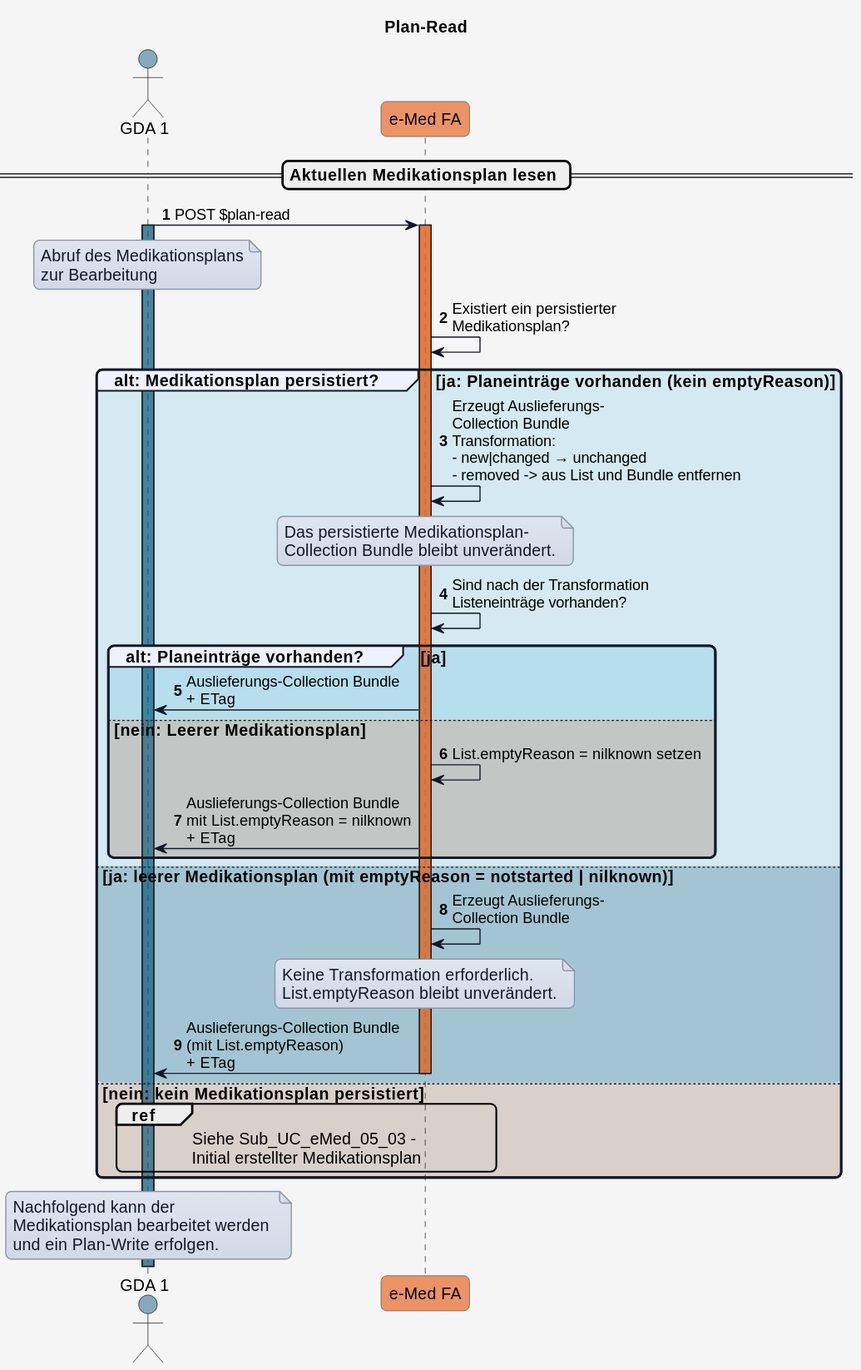
HL7Austria/hl7austria.github.io keeps this PlantUML diagram as r4-ELGA-e-Medikation-ig-review/plantuml/UC_eMed_05_02.svg. Above is the earlier version.
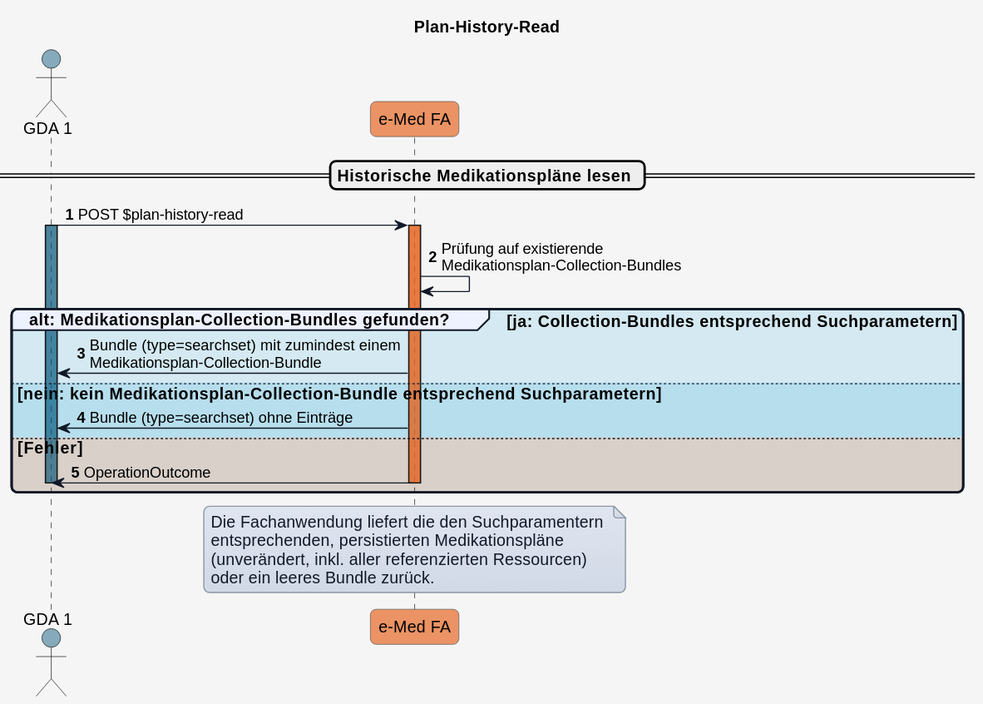
The same file after the commit.

What changed in the source:
```diff
@@ -1,5 +1,5 @@
 @startuml
-title Plan-Read
+title Plan-History-Read
 
 
 skinparam borderColor #000000
@@ -47,8 +47,8 @@
 !define COLOR_E_REZEPT #cd3732a9
 
 !define COLOR_OK       #0F9ED525
-!define COLOR_OK_2     #34738d4e
 !define COLOR_ERROR    #E9713235
+
 
 actor GDA_1 as "GDA 1" COLOR_GDA_1
 participant eMed_FA as "e-Med FA" COLOR_EMED_FA
@@ -56,60 +56,28 @@
 
 autonumber
 
-== Aktuellen Medikationsplan lesen ==
+== Historische Medikationspläne lesen ==
 
-GDA_1 -> eMed_FA: POST $plan-read
+GDA_1 -> eMed_FA: POST $plan-history-read
 activate GDA_1 COLOR_GDA_1
 
-note over GDA_1
-Abruf des Medikationsplans
-zur Bearbeitung
-end note
+activate eMed_FA COLOR_EMED_FA
+eMed_FA -> eMed_FA: Prüfung auf existierende\nMedikationsplan-Collection-Bundles
 
-activate eMed_FA COLOR_EMED_FA
-eMed_FA -> eMed_FA: Existiert ein persistierter\nMedikationsplan?
-
-group COLOR_OK alt: Medikationsplan persistiert? [ja: Planeinträge vorhanden (kein emptyReason)]
-  eMed_FA -> eMed_FA: Erzeugt Auslieferungs-\nCollection Bundle\nTransformation:\n- new|changed → unchanged\n- removed -> aus List und Bundle entfernen
-  note over eMed_FA
-  Das persistierte Medikationsplan-
-  Collection Bundle bleibt unverändert.
-  end note
-  eMed_FA -> eMed_FA: Sind nach der Transformation\nListeneinträge vorhanden?
-
-  group COLOR_OK alt: Planeinträge vorhanden? [ja]
-    eMed_FA -> GDA_1: Auslieferungs-Collection Bundle\n+ ETag
-
-  else COLOR_ERROR nein: Leerer Medikationsplan
-
-    eMed_FA -> eMed_FA: List.emptyReason = nilknown setzen
-    eMed_FA -> GDA_1: Auslieferungs-Collection Bundle\nmit List.emptyReason = nilknown\n+ ETag
-
-  end
-
-else COLOR_OK_2 ja: leerer Medikationsplan (mit emptyReason = notstarted | nilknown)
-
-  eMed_FA -> eMed_FA: Erzeugt Auslieferungs-\nCollection Bundle
-  note over eMed_FA
-  Keine Transformation erforderlich.
-  List.emptyReason bleibt unverändert.
-  end note
-  eMed_FA -> GDA_1: Auslieferungs-Collection Bundle\n(mit List.emptyReason)\n+ ETag
-
-
-else COLOR_ERROR nein: kein Medikationsplan persistiert
-
-  ref over GDA_1,eMed_FA
-  Siehe Sub_UC_eMed_05_03 -
-  Initial erstellter Medikationsplan
-  end ref
-
+group COLOR_OK alt: Medikationsplan-Collection-Bundles gefunden? [ja: Collection-Bundles entsprechend Suchparametern]
+  eMed_FA -> GDA_1: Bundle (type=searchset) mit zumindest einem\nMedikationsplan-Collection-Bundle
+else COLOR_OK nein: kein Medikationsplan-Collection-Bundle entsprechend Suchparametern
+  eMed_FA -> GDA_1: Bundle (type=searchset) ohne Einträge
+else COLOR_ERROR Fehler
+  eMed_FA -> GDA_1: OperationOutcome
+  deactivate GDA_1
   deactivate eMed_FA
 end
 
-note over GDA_1
-Nachfolgend kann der
-Medikationsplan bearbeitet werden
-und ein Plan-Write erfolgen.
+note over eMed_FA
+Die Fachanwendung liefert die den Suchparamentern
+entsprechenden, persistierten Medikationspläne
+(unverändert, inkl. aller referenzierten Ressourcen)
+oder ein leeres Bundle zurück.
 end note
 @enduml
```
